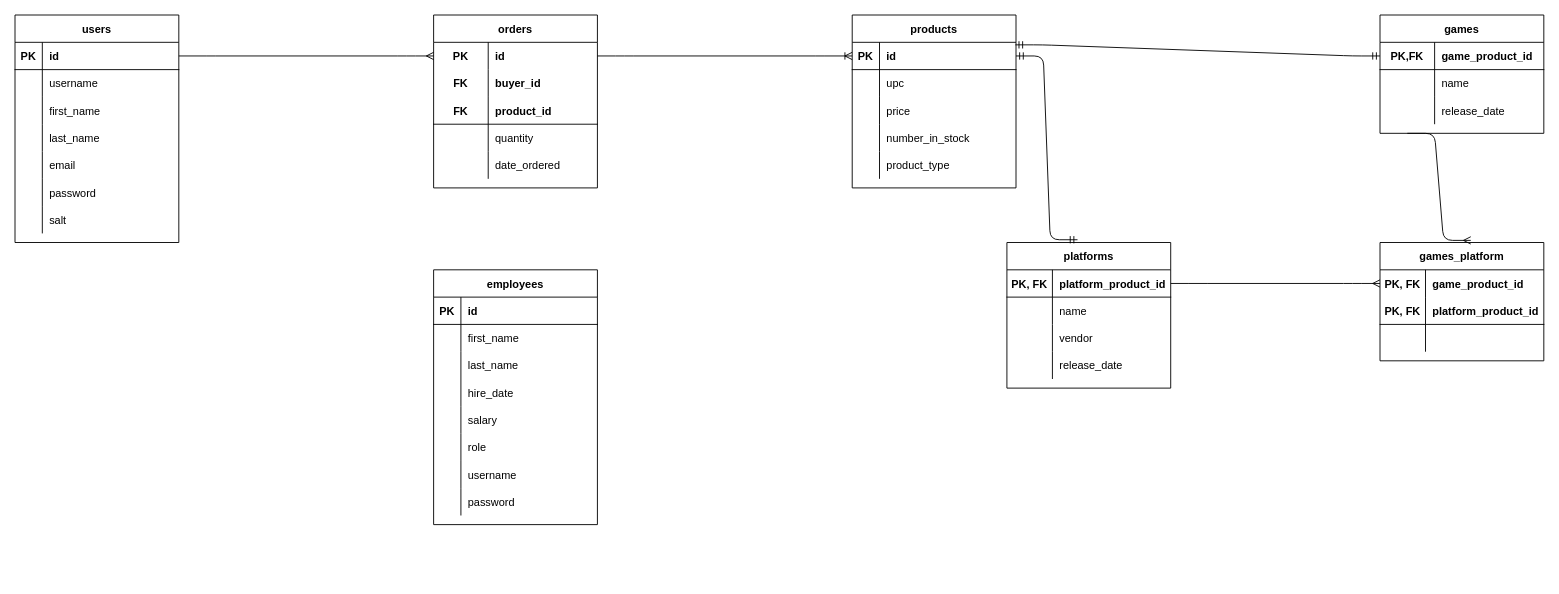
jamesaiello42/Video-Game-API keeps this draw.io diagram as ERD.drawio. Above is the earlier version. Source tidied: cells renumbered, new cells numbered last; positions are measured from the earlier drawing's top-left corner, leaving out a move shared by most shapes. Both pictures are drawn from the tidied source at 91%, with x=0, y=0 at pixel (15, 15).
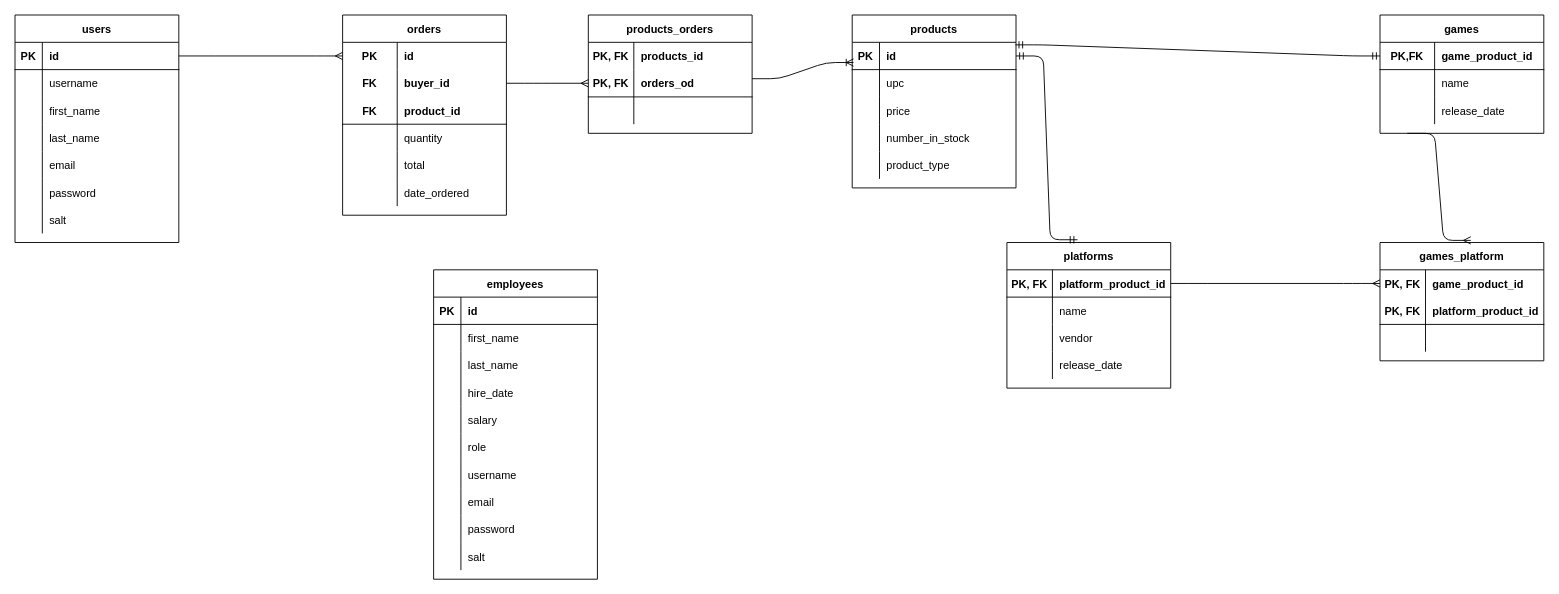
The same diagram, later.

The change refers to these unchanged cells:
```xml
<mxCell id="58" style="shape=partialRectangle;fillColor=none;top=0;left=0;bottom=0;right=0;points=[[0,0.5],[1,0.5]];portConstraint=eastwest;" parent="57" vertex="1">
  <mxGeometry y="30" width="180" height="30" as="geometry" />
</mxCell>
<mxCell id="61" style="shape=partialRectangle;fillColor=none;top=0;left=0;bottom=0;right=0;points=[[0,0.5],[1,0.5]];portConstraint=eastwest;strokeColor=#000000;strokeWidth=1;" parent="57" vertex="1">
  <mxGeometry y="60" width="180" height="30" as="geometry" />
</mxCell>
<mxCell id="74" style="shape=partialRectangle;fillColor=none;top=0;left=0;bottom=1;right=0;points=[[0,0.5],[1,0.5]];portConstraint=eastwest;" parent="73" vertex="1">
  <mxGeometry y="30" width="180" height="30" as="geometry" />
</mxCell>
```

Change to the diagram source:
```diff
@@
     <mxCell id="57" value="orders" style="shape=table;startSize=30;childLayout=tableLayout;rowLines=0;fontStyle=1;align=center;" parent="1" vertex="1">
-      <mxGeometry x="460" width="180" height="190" as="geometry" />
+      <mxGeometry x="360" width="180" height="220" as="geometry" />
     </mxCell>
@@
+    <mxCell id="120" style="shape=partialRectangle;fillColor=none;top=0;left=0;bottom=0;right=0;" parent="57" vertex="1">
+      <mxGeometry y="150" width="180" height="30" as="geometry" />
+    </mxCell>
+    <mxCell id="121" style="shape=partialRectangle;fillColor=none;top=0;left=0;bottom=0;right=0;overflow=hidden;" parent="120" vertex="1">
+      <mxGeometry width="60" height="30" as="geometry" />
+    </mxCell>
+    <mxCell id="122" value="total" style="shape=partialRectangle;fillColor=none;top=0;left=0;bottom=0;right=0;align=left;spacingLeft=6;overflow=hidden;" parent="120" vertex="1">
+      <mxGeometry x="60" width="120" height="30" as="geometry" />
+    </mxCell>
     <mxCell id="70" style="shape=partialRectangle;fillColor=none;top=0;left=0;bottom=0;right=0;" parent="57" vertex="1">
-      <mxGeometry y="150" width="180" height="30" as="geometry" />
+      <mxGeometry y="180" width="180" height="30" as="geometry" />
     </mxCell>
@@
     <mxCell id="89" value="employees" style="shape=table;startSize=30;childLayout=tableLayout;rowLines=0;fontStyle=1;align=center;strokeColor=#000000;strokeWidth=1;" parent="1" vertex="1">
-      <mxGeometry x="460" y="280" width="180" height="280" as="geometry" />
+      <mxGeometry x="460" y="280" width="180" height="340" as="geometry" />
     </mxCell>
@@
+    <mxCell id="123" style="shape=partialRectangle;fillColor=none;top=0;left=0;bottom=0;right=0;" parent="89" vertex="1">
+      <mxGeometry y="240" width="180" height="30" as="geometry" />
+    </mxCell>
+    <mxCell id="124" style="shape=partialRectangle;fillColor=none;top=0;left=0;bottom=0;right=0;overflow=hidden;" parent="123" vertex="1">
+      <mxGeometry width="30" height="30" as="geometry" />
+    </mxCell>
+    <mxCell id="125" value="email" style="shape=partialRectangle;fillColor=none;top=0;left=0;bottom=0;right=0;align=left;spacingLeft=6;overflow=hidden;" parent="123" vertex="1">
+      <mxGeometry x="30" width="150" height="30" as="geometry" />
+    </mxCell>
     <mxCell id="111" style="shape=partialRectangle;fillColor=none;top=0;left=0;bottom=0;right=0;" parent="89" vertex="1">
-      <mxGeometry y="240" width="180" height="30" as="geometry" />
+      <mxGeometry y="270" width="180" height="30" as="geometry" />
     </mxCell>
@@
+    <mxCell id="126" style="shape=partialRectangle;fillColor=none;top=0;left=0;bottom=0;right=0;" parent="89" vertex="1">
+      <mxGeometry y="300" width="180" height="30" as="geometry" />
+    </mxCell>
+    <mxCell id="127" style="shape=partialRectangle;fillColor=none;top=0;left=0;bottom=0;right=0;overflow=hidden;" parent="126" vertex="1">
+      <mxGeometry width="30" height="30" as="geometry" />
+    </mxCell>
+    <mxCell id="128" value="salt" style="shape=partialRectangle;fillColor=none;top=0;left=0;bottom=0;right=0;align=left;spacingLeft=6;overflow=hidden;" parent="126" vertex="1">
+      <mxGeometry x="30" width="150" height="30" as="geometry" />
+    </mxCell>
@@
-    <mxCell id="115" style="edgeStyle=entityRelationEdgeStyle;fontSize=12;html=1;endArrow=ERoneToMany;exitX=1;exitY=0.5;exitDx=0;exitDy=0;entryX=0;entryY=0.5;entryDx=0;entryDy=0;" parent="1" edge="1" source="58" target="74">
-      <mxGeometry relative="1" as="geometry" />
-    </mxCell>
@@
+    <mxCell id="129" value="products_orders" style="shape=table;startSize=30;childLayout=tableLayout;rowLines=0;fontStyle=1;align=center;" parent="1" vertex="1">
+      <mxGeometry x="630" width="180" height="130" as="geometry" />
+    </mxCell>
+    <mxCell id="130" style="shape=partialRectangle;fillColor=none;top=0;left=0;bottom=0;right=0;" parent="129" vertex="1">
+      <mxGeometry y="30" width="180" height="30" as="geometry" />
+    </mxCell>
+    <mxCell id="131" value="PK, FK" style="shape=partialRectangle;fillColor=none;top=0;left=0;bottom=0;right=0;fontStyle=1;overflow=hidden;" parent="130" vertex="1">
+      <mxGeometry width="50" height="30" as="geometry" />
+    </mxCell>
+    <mxCell id="132" value="products_id" style="shape=partialRectangle;fillColor=none;top=0;left=0;bottom=0;right=0;align=left;spacingLeft=6;fontStyle=1;overflow=hidden;" parent="130" vertex="1">
+      <mxGeometry x="50" width="130" height="30" as="geometry" />
+    </mxCell>
+    <mxCell id="133" style="shape=partialRectangle;fillColor=none;top=0;left=0;bottom=1;right=0;points=[[0,0.5],[1,0.5]];portConstraint=eastwest;" parent="129" vertex="1">
+      <mxGeometry y="60" width="180" height="30" as="geometry" />
+    </mxCell>
+    <mxCell id="134" value="PK, FK" style="shape=partialRectangle;fillColor=none;top=0;left=0;bottom=0;right=0;fontStyle=1;overflow=hidden;" parent="133" vertex="1">
+      <mxGeometry width="50" height="30" as="geometry" />
+    </mxCell>
+    <mxCell id="135" value="orders_od" style="shape=partialRectangle;fillColor=none;top=0;left=0;bottom=0;right=0;align=left;spacingLeft=6;fontStyle=1;overflow=hidden;" parent="133" vertex="1">
+      <mxGeometry x="50" width="130" height="30" as="geometry" />
+    </mxCell>
+    <mxCell id="136" style="shape=partialRectangle;fillColor=none;top=0;left=0;bottom=0;right=0;" parent="129" vertex="1">
+      <mxGeometry y="90" width="180" height="30" as="geometry" />
+    </mxCell>
+    <mxCell id="137" style="shape=partialRectangle;fillColor=none;top=0;left=0;bottom=0;right=0;fontStyle=1;overflow=hidden;" parent="136" vertex="1">
+      <mxGeometry width="50" height="30" as="geometry" />
+    </mxCell>
+    <mxCell id="138" style="shape=partialRectangle;fillColor=none;top=0;left=0;bottom=0;right=0;align=left;spacingLeft=6;fontStyle=1;overflow=hidden;" parent="136" vertex="1">
+      <mxGeometry x="50" width="130" height="30" as="geometry" />
+    </mxCell>
+    <mxCell id="139" style="edgeStyle=entityRelationEdgeStyle;fontSize=12;html=1;endArrow=ERmany;exitX=1;exitY=0.5;exitDx=0;exitDy=0;entryX=0;entryY=0.5;entryDx=0;entryDy=0;" parent="1" edge="1" source="61" target="133">
+      <mxGeometry relative="1" as="geometry" />
+    </mxCell>
+    <mxCell id="140" style="edgeStyle=entityRelationEdgeStyle;fontSize=12;html=1;endArrow=ERoneToMany;exitX=1;exitY=0.333;exitDx=0;exitDy=0;exitPerimeter=0;entryX=0.008;entryY=0.74;entryDx=0;entryDy=0;entryPerimeter=0;" parent="1" edge="1" source="133" target="74">
+      <mxGeometry relative="1" as="geometry" />
+    </mxCell>
```
